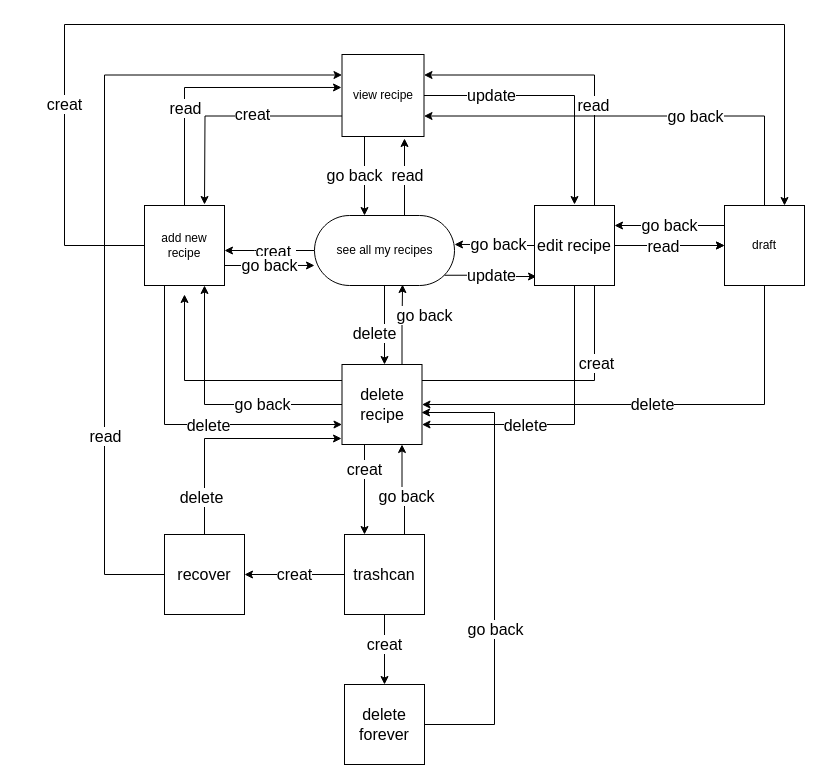
Earlier version of the draw.io diagram Untitled Diagram.drawio (LillianYU/try-R). Source tidied: cells renumbered, new cells numbered last; positions are measured from the earlier drawing's top-left corner, leaving out a move shared by most shapes. Both pictures are drawn from the tidied source at 100%, with x=0, y=0 at pixel (64, 24).
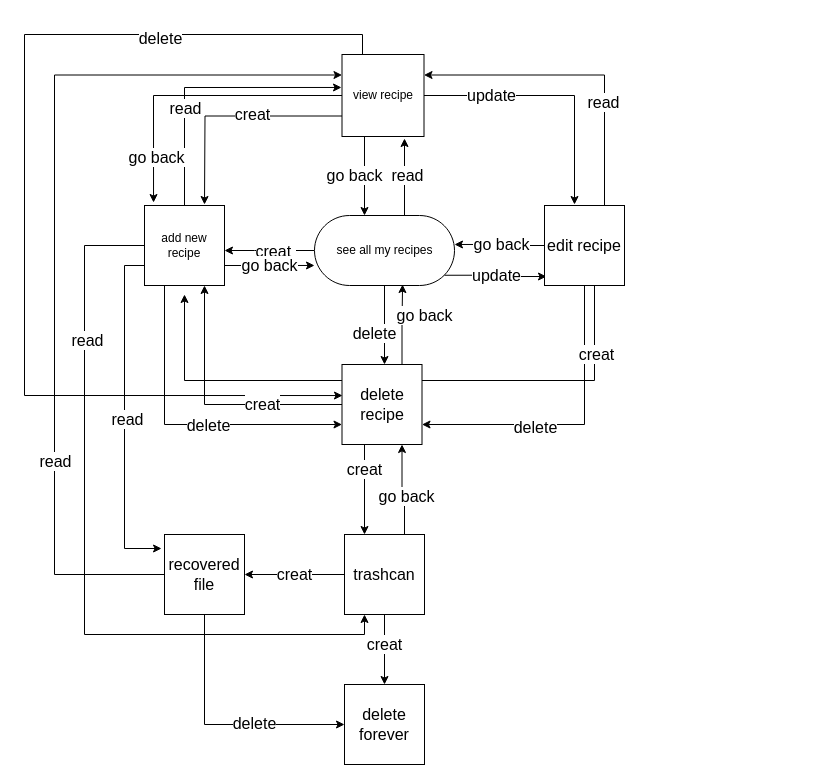
The same page after the edit.

The change refers to these unchanged cells:
```xml
<mxCell id="16" value="add new recipe&lt;br&gt;" style="whiteSpace=wrap;html=1;" parent="1" vertex="1">
  <mxGeometry x="80" y="181" width="80" height="80" as="geometry" />
</mxCell>
<mxCell id="22" value="view recipe" style="whiteSpace=wrap;html=1;" parent="1" vertex="1">
  <mxGeometry x="277.5" y="30" width="82" height="82" as="geometry" />
</mxCell>
<mxCell id="38" style="edgeStyle=orthogonalEdgeStyle;rounded=0;jettySize=auto;html=1;entryX=0.75;entryY=1;entryDx=0;entryDy=0;fontSize=16;" parent="1" edge="1" source="40" target="16">
  <mxGeometry relative="1" as="geometry" />
</mxCell>
<mxCell id="40" value="delete recipe" style="whiteSpace=wrap;html=1;fontSize=16;" parent="1" vertex="1">
  <mxGeometry x="277.5" y="340" width="80" height="80" as="geometry" />
</mxCell>
<mxCell id="50" value="&lt;font style=&quot;font-size: 16px&quot;&gt;trashcan&lt;/font&gt;" style="whiteSpace=wrap;html=1;" parent="1" vertex="1">
  <mxGeometry x="280" y="510" width="80" height="80" as="geometry" />
</mxCell>
<mxCell id="58" value="delete forever" style="whiteSpace=wrap;html=1;fontSize=16;" parent="1" vertex="1">
  <mxGeometry x="280" y="660" width="80" height="80" as="geometry" />
</mxCell>
```

Diff of the diagram source:
```diff
@@
-    <mxCell id="14" style="edgeStyle=orthogonalEdgeStyle;rounded=0;jettySize=auto;html=1;exitX=0;exitY=0.5;exitDx=0;exitDy=0;entryX=0.75;entryY=0;entryDx=0;entryDy=0;fontSize=16;" parent="1" edge="1" source="16" target="44">
-      <mxGeometry relative="1" as="geometry">
-        <Array as="points">
-          <mxPoint y="221" />
-          <mxPoint />
-          <mxPoint x="720" />
-        </Array>
-      </mxGeometry>
-    </mxCell>
-    <mxCell id="15" value="creat" style="text;html=1;align=center;verticalAlign=middle;labelBackgroundColor=#ffffff;fontSize=16;" parent="14" vertex="1">
-      <mxGeometry x="-0.63" y="1" relative="1" as="geometry" />
-    </mxCell>
+    <mxCell id="59" style="edgeStyle=orthogonalEdgeStyle;rounded=0;jettySize=auto;html=1;exitX=0;exitY=0.75;exitDx=0;exitDy=0;entryX=-0.037;entryY=0.175;entryDx=0;entryDy=0;entryPerimeter=0;fontSize=16;" parent="1" edge="1" source="16" target="55">
+      <mxGeometry relative="1" as="geometry">
+        <Array as="points">
+          <mxPoint x="60" y="241" />
+          <mxPoint x="60" y="524" />
+        </Array>
+      </mxGeometry>
+    </mxCell>
+    <mxCell id="60" value="read" style="text;html=1;align=center;verticalAlign=middle;labelBackgroundColor=#ffffff;fontSize=16;" parent="59" vertex="1">
+      <mxGeometry x="0.02" y="2" relative="1" as="geometry" />
+    </mxCell>
+    <mxCell id="61" style="edgeStyle=orthogonalEdgeStyle;rounded=0;jettySize=auto;html=1;entryX=0.25;entryY=1;entryDx=0;entryDy=0;fontSize=16;" parent="1" edge="1" source="16" target="50">
+      <mxGeometry relative="1" as="geometry">
+        <Array as="points">
+          <mxPoint x="20" y="221" />
+          <mxPoint x="20" y="610" />
+          <mxPoint x="300" y="610" />
+        </Array>
+      </mxGeometry>
+    </mxCell>
+    <mxCell id="62" value="read" style="text;html=1;align=center;verticalAlign=middle;labelBackgroundColor=#ffffff;fontSize=16;" parent="61" vertex="1">
+      <mxGeometry x="-0.59" y="2" relative="1" as="geometry" />
+    </mxCell>
@@
+    <mxCell id="63" style="edgeStyle=orthogonalEdgeStyle;rounded=0;jettySize=auto;html=1;exitX=0.25;exitY=0;exitDx=0;exitDy=0;entryX=0.006;entryY=0.388;entryDx=0;entryDy=0;entryPerimeter=0;fontSize=16;" parent="1" edge="1" source="22" target="40">
+      <mxGeometry relative="1" as="geometry">
+        <Array as="points">
+          <mxPoint x="298" y="10" />
+          <mxPoint x="-40" y="10" />
+          <mxPoint x="-40" y="371" />
+        </Array>
+      </mxGeometry>
+    </mxCell>
+    <mxCell id="64" value="delete" style="text;html=1;align=center;verticalAlign=middle;labelBackgroundColor=#ffffff;fontSize=16;" parent="63" vertex="1">
+      <mxGeometry x="-0.57" y="3" relative="1" as="geometry" />
+    </mxCell>
+    <mxCell id="65" style="edgeStyle=orthogonalEdgeStyle;rounded=0;jettySize=auto;html=1;exitX=0;exitY=0.5;exitDx=0;exitDy=0;entryX=0.113;entryY=-0.037;entryDx=0;entryDy=0;entryPerimeter=0;fontSize=16;" parent="1" edge="1" source="22" target="16">
+      <mxGeometry relative="1" as="geometry" />
+    </mxCell>
+    <mxCell id="57" value="go back" style="text;html=1;align=center;verticalAlign=middle;labelBackgroundColor=#ffffff;fontSize=16;" parent="65" vertex="1">
+      <mxGeometry x="0.69" y="2" relative="1" as="geometry" />
+    </mxCell>
@@
-    <mxCell id="31" style="edgeStyle=orthogonalEdgeStyle;rounded=0;jettySize=auto;html=1;exitX=1;exitY=0.5;exitDx=0;exitDy=0;fontSize=16;entryX=0;entryY=0.5;entryDx=0;entryDy=0;" parent="1" edge="1" source="34" target="44">
-      <mxGeometry relative="1" as="geometry" />
-    </mxCell>
-    <mxCell id="32" style="edgeStyle=orthogonalEdgeStyle;rounded=0;jettySize=auto;html=1;fontSize=16;" parent="1" edge="1" source="34" target="44">
-      <mxGeometry relative="1" as="geometry" />
-    </mxCell>
-    <mxCell id="33" value="read" style="text;html=1;align=center;verticalAlign=middle;labelBackgroundColor=#ffffff;fontSize=16;" parent="32" vertex="1">
-      <mxGeometry x="-0.27" y="-1" relative="1" as="geometry">
-        <mxPoint x="8" y="-1" as="offset" />
-      </mxGeometry>
-    </mxCell>
     <mxCell id="34" value="edit recipe" style="whiteSpace=wrap;html=1;fontSize=16;" parent="1" vertex="1">
-      <mxGeometry x="470" y="181" width="80" height="80" as="geometry" />
+      <mxGeometry x="480" y="181" width="80" height="80" as="geometry" />
     </mxCell>
@@
-    <mxCell id="39" value="go back&lt;br&gt;" style="text;html=1;align=center;verticalAlign=middle;labelBackgroundColor=#ffffff;fontSize=16;" parent="38" vertex="1">
+    <mxCell id="39" value="creat&lt;br&gt;" style="text;html=1;align=center;verticalAlign=middle;labelBackgroundColor=#ffffff;fontSize=16;" parent="38" vertex="1">
       <mxGeometry x="-0.37" y="-1" relative="1" as="geometry">
         <mxPoint x="1" as="offset" />
       </mxGeometry>
     </mxCell>
@@
-    <mxCell id="41" value="go back" style="edgeStyle=orthogonalEdgeStyle;rounded=0;jettySize=auto;html=1;exitX=0;exitY=0.25;exitDx=0;exitDy=0;entryX=1;entryY=0.25;entryDx=0;entryDy=0;fontSize=16;" parent="1" edge="1" source="44" target="34">
-      <mxGeometry relative="1" as="geometry" />
-    </mxCell>
-    <mxCell id="42" value="go back" style="edgeStyle=orthogonalEdgeStyle;rounded=0;jettySize=auto;html=1;exitX=0.5;exitY=0;exitDx=0;exitDy=0;entryX=1;entryY=0.75;entryDx=0;entryDy=0;fontSize=16;" parent="1" edge="1" source="44" target="22">
-      <mxGeometry x="-0.26" relative="1" as="geometry" />
-    </mxCell>
-    <mxCell id="43" value="delete" style="edgeStyle=orthogonalEdgeStyle;rounded=0;jettySize=auto;html=1;exitX=0.5;exitY=1;exitDx=0;exitDy=0;entryX=1;entryY=0.5;entryDx=0;entryDy=0;fontSize=16;" parent="1" edge="1" source="44" target="40">
-      <mxGeometry relative="1" as="geometry" />
-    </mxCell>
-    <mxCell id="44" value="draft" style="whiteSpace=wrap;html=1;" parent="1" vertex="1">
-      <mxGeometry x="660" y="181" width="80" height="80" as="geometry" />
-    </mxCell>
@@
     <mxCell id="51" style="edgeStyle=orthogonalEdgeStyle;rounded=0;jettySize=auto;html=1;exitX=0;exitY=0.5;exitDx=0;exitDy=0;entryX=0;entryY=0.25;entryDx=0;entryDy=0;fontSize=16;" parent="1" edge="1" source="55" target="22">
       <mxGeometry relative="1" as="geometry">
         <Array as="points">
-          <mxPoint x="40" y="550" />
-          <mxPoint x="40" y="51" />
+          <mxPoint x="-10" y="550" />
+          <mxPoint x="-10" y="51" />
         </Array>
       </mxGeometry>
     </mxCell>
@@
-    <mxCell id="53" style="edgeStyle=orthogonalEdgeStyle;rounded=0;jettySize=auto;html=1;exitX=0.5;exitY=0;exitDx=0;exitDy=0;entryX=-0.006;entryY=0.925;entryDx=0;entryDy=0;entryPerimeter=0;fontSize=16;" parent="1" edge="1" source="55" target="40">
-      <mxGeometry relative="1" as="geometry" />
-    </mxCell>
-    <mxCell id="54" value="delete&lt;br&gt;" style="text;html=1;align=center;verticalAlign=middle;labelBackgroundColor=#ffffff;fontSize=16;" parent="53" vertex="1">
-      <mxGeometry x="-0.67" y="4" relative="1" as="geometry" />
-    </mxCell>
+    <mxCell id="66" style="edgeStyle=orthogonalEdgeStyle;rounded=0;jettySize=auto;html=1;exitX=0.5;exitY=1;exitDx=0;exitDy=0;entryX=0;entryY=0.5;entryDx=0;entryDy=0;fontSize=16;" parent="1" edge="1" source="55" target="58">
+      <mxGeometry relative="1" as="geometry" />
+    </mxCell>
+    <mxCell id="67" value="delete" style="text;html=1;align=center;verticalAlign=middle;labelBackgroundColor=#ffffff;fontSize=16;" parent="66" vertex="1">
+      <mxGeometry x="-0.14" y="49" relative="1" as="geometry" />
+    </mxCell>
-    <mxCell id="55" value="recover" style="whiteSpace=wrap;html=1;fontSize=16;" parent="1" vertex="1">
+    <mxCell id="55" value="recovered file" style="whiteSpace=wrap;html=1;fontSize=16;" parent="1" vertex="1">
       <mxGeometry x="100" y="510" width="80" height="80" as="geometry" />
     </mxCell>
-    <mxCell id="56" style="edgeStyle=orthogonalEdgeStyle;rounded=0;jettySize=auto;html=1;exitX=1;exitY=0.5;exitDx=0;exitDy=0;entryX=0.994;entryY=0.6;entryDx=0;entryDy=0;entryPerimeter=0;fontSize=16;" parent="1" edge="1" source="58" target="40">
-      <mxGeometry relative="1" as="geometry">
-        <Array as="points">
-          <mxPoint x="430" y="700" />
-          <mxPoint x="430" y="388" />
-        </Array>
-      </mxGeometry>
-    </mxCell>
-    <mxCell id="57" value="go back" style="text;html=1;align=center;verticalAlign=middle;labelBackgroundColor=#ffffff;fontSize=16;" parent="56" vertex="1">
-      <mxGeometry x="-0.27" relative="1" as="geometry" />
-    </mxCell>
```
